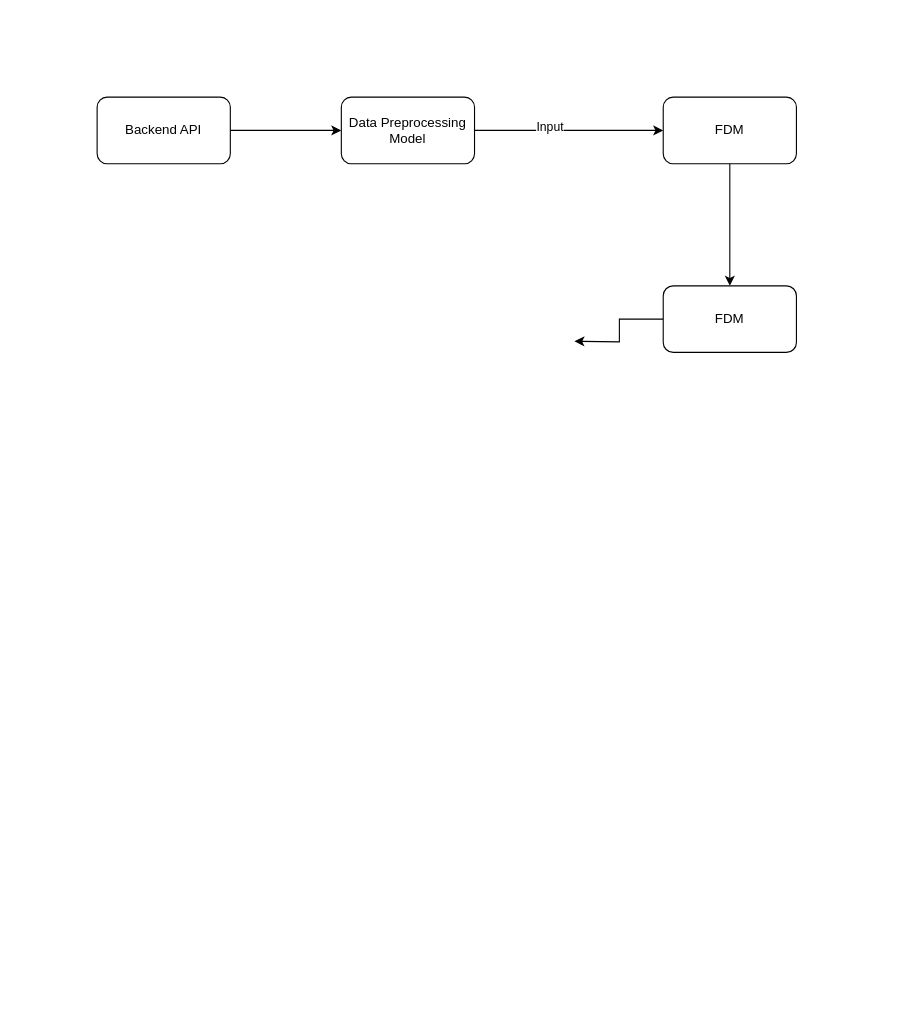
Above: Untitled Diagram.drawio in OTDavid9/Credit_Fraud_Detection (draw.io), before the change. Source tidied: cells renumbered, new cells numbered last; positions are measured from the earlier drawing's top-left corner, leaving out a move shared by most shapes. Both pictures are drawn from the tidied source at 111%, with x=0, y=0 at pixel (97, 97).
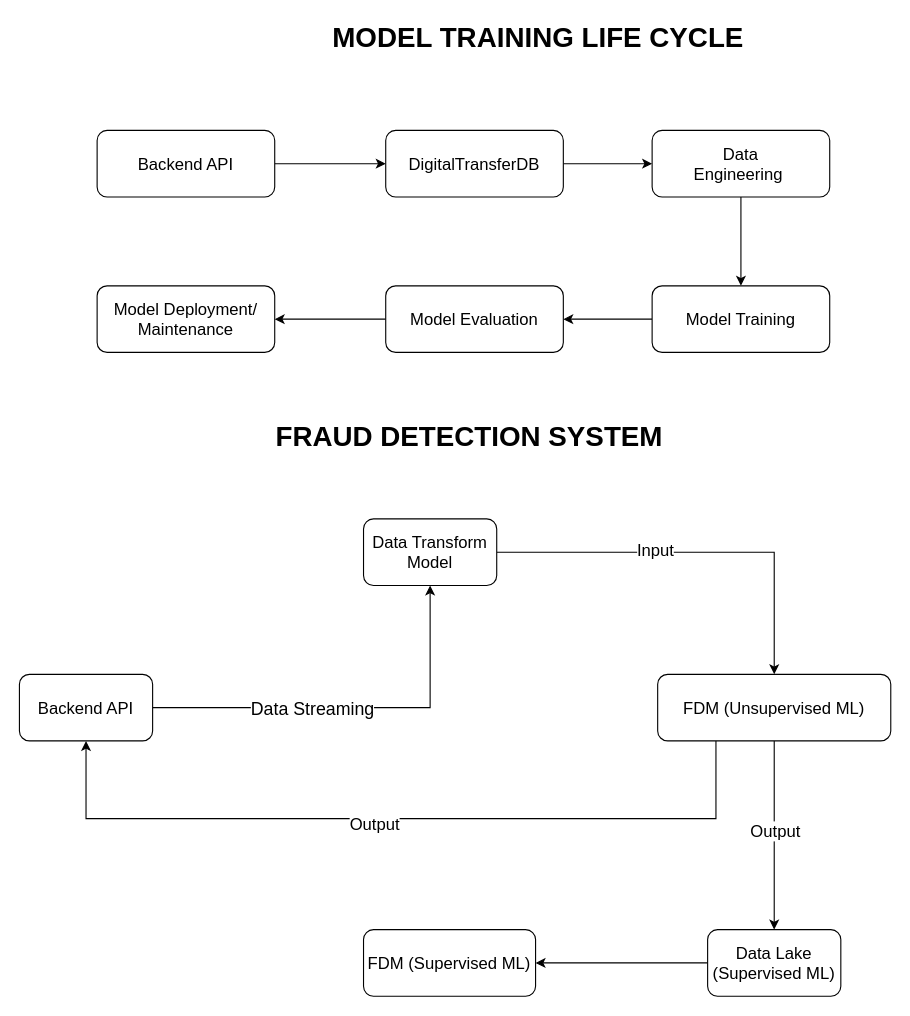
The same page after the edit.

The change refers to these unchanged cells:
```xml
<mxCell id="2" style="edgeStyle=orthogonalEdgeStyle;rounded=0;jettySize=auto;html=1;" parent="1" edge="1" source="3" target="8">
  <mxGeometry relative="1" as="geometry" />
</mxCell>
<mxCell id="4" style="edgeStyle=orthogonalEdgeStyle;rounded=0;jettySize=auto;html=1;" parent="1" edge="1" source="5" target="10">
  <mxGeometry relative="1" as="geometry" />
</mxCell>
<mxCell id="6" style="edgeStyle=orthogonalEdgeStyle;rounded=0;jettySize=auto;html=1;" parent="1" edge="1" source="8" target="5">
  <mxGeometry relative="1" as="geometry" />
</mxCell>
```

What changed in the source:
```diff
@@
+    <mxCell id="11" value="&lt;font style=&quot;font-size: 16px;&quot;&gt;Data Streaming&lt;/font&gt;" style="edgeLabel;html=1;align=center;verticalAlign=middle;" parent="2" vertex="1">
+      <mxGeometry x="-0.28" y="-3" relative="1" as="geometry">
+        <mxPoint x="13" y="-3" as="offset" />
+      </mxGeometry>
+    </mxCell>
-    <mxCell id="3" value="Backend API" style="rounded=1;whiteSpace=wrap;html=1;" parent="1" vertex="1">
-      <mxGeometry width="120" height="60" as="geometry" />
+    <mxCell id="3" value="&lt;font style=&quot;font-size: 15px;&quot;&gt;Backend API&lt;/font&gt;" style="rounded=1;whiteSpace=wrap;html=1;" parent="1" vertex="1">
+      <mxGeometry x="-70" y="520" width="120" height="60" as="geometry" />
     </mxCell>
@@
+    <mxCell id="12" value="&lt;font style=&quot;font-size: 15px;&quot;&gt;Output&lt;/font&gt;" style="edgeLabel;html=1;align=center;verticalAlign=middle;" parent="4" vertex="1">
+      <mxGeometry x="-0.21" y="-1" relative="1" as="geometry">
+        <mxPoint x="1" y="13" as="offset" />
+      </mxGeometry>
+    </mxCell>
+    <mxCell id="13" style="edgeStyle=orthogonalEdgeStyle;rounded=0;jettySize=auto;html=1;exitX=0.25;exitY=1;exitDx=0;exitDy=0;entryX=0.5;entryY=1;entryDx=0;entryDy=0;" parent="1" edge="1" source="5" target="3">
+      <mxGeometry relative="1" as="geometry">
+        <Array as="points">
+          <mxPoint x="558" y="650" />
+          <mxPoint x="-10" y="650" />
+        </Array>
+      </mxGeometry>
+    </mxCell>
+    <mxCell id="14" value="&lt;font style=&quot;font-size: 15px;&quot;&gt;Output&lt;/font&gt;" style="edgeLabel;html=1;align=center;verticalAlign=middle;" parent="13" vertex="1">
+      <mxGeometry x="0.07" y="4" relative="1" as="geometry">
+        <mxPoint x="1" as="offset" />
+      </mxGeometry>
+    </mxCell>
-    <mxCell id="5" value="FDM" style="rounded=1;whiteSpace=wrap;html=1;" parent="1" vertex="1">
-      <mxGeometry x="510" width="120" height="60" as="geometry" />
+    <mxCell id="5" value="&lt;font style=&quot;font-size: 15px;&quot;&gt;FDM (Unsupervised ML)&lt;/font&gt;" style="rounded=1;whiteSpace=wrap;html=1;" parent="1" vertex="1">
+      <mxGeometry x="505" y="520" width="210" height="60" as="geometry" />
     </mxCell>
@@
-    <mxCell id="7" value="Input" style="edgeLabel;html=1;align=center;verticalAlign=middle;" parent="6" vertex="1">
+    <mxCell id="7" value="&lt;font style=&quot;font-size: 15px;&quot;&gt;Input&lt;/font&gt;" style="edgeLabel;html=1;align=center;verticalAlign=middle;fontSize=22;" parent="6" vertex="1">
       <mxGeometry x="-0.21" y="4" relative="1" as="geometry" />
     </mxCell>
-    <mxCell id="8" value="Data Preprocessing&lt;div&gt;Model&lt;/div&gt;" style="rounded=1;whiteSpace=wrap;html=1;" parent="1" vertex="1">
-      <mxGeometry x="220" width="120" height="60" as="geometry" />
+    <mxCell id="8" value="&lt;font style=&quot;font-size: 15px;&quot;&gt;Data Transform&lt;/font&gt;&lt;div style=&quot;font-size: 15px;&quot;&gt;&lt;font style=&quot;font-size: 15px;&quot;&gt;Model&lt;/font&gt;&lt;/div&gt;" style="rounded=1;whiteSpace=wrap;html=1;" parent="1" vertex="1">
+      <mxGeometry x="240" y="380" width="120" height="60" as="geometry" />
     </mxCell>
-    <mxCell id="9" style="edgeStyle=orthogonalEdgeStyle;rounded=0;jettySize=auto;html=1;" parent="1" edge="1" source="10">
-      <mxGeometry relative="1" as="geometry">
-        <mxPoint x="430" y="220" as="targetPoint" />
-      </mxGeometry>
-    </mxCell>
+    <mxCell id="15" style="edgeStyle=orthogonalEdgeStyle;rounded=0;jettySize=auto;html=1;" parent="1" edge="1" source="10" target="16">
+      <mxGeometry relative="1" as="geometry" />
+    </mxCell>
-    <mxCell id="10" value="FDM" style="rounded=1;whiteSpace=wrap;html=1;" parent="1" vertex="1">
-      <mxGeometry x="510" y="170" width="120" height="60" as="geometry" />
+    <mxCell id="10" value="&lt;font style=&quot;font-size: 15px;&quot;&gt;Data Lake (Supervised ML)&lt;/font&gt;" style="rounded=1;whiteSpace=wrap;html=1;" parent="1" vertex="1">
+      <mxGeometry x="550" y="750" width="120" height="60" as="geometry" />
     </mxCell>
+    <mxCell id="16" value="&lt;span style=&quot;font-size: 15px;&quot;&gt;FDM (Supervised ML)&lt;/span&gt;" style="rounded=1;whiteSpace=wrap;html=1;" parent="1" vertex="1">
+      <mxGeometry x="240" y="750" width="155" height="60" as="geometry" />
+    </mxCell>
+    <mxCell id="17" style="edgeStyle=orthogonalEdgeStyle;rounded=0;jettySize=auto;html=1;" parent="1" edge="1" source="18" target="20">
+      <mxGeometry relative="1" as="geometry" />
+    </mxCell>
+    <mxCell id="18" value="&lt;span style=&quot;font-size: 15px;&quot;&gt;Backend API&lt;/span&gt;" style="rounded=1;whiteSpace=wrap;html=1;" parent="1" vertex="1">
+      <mxGeometry y="30" width="160" height="60" as="geometry" />
+    </mxCell>
+    <mxCell id="19" style="edgeStyle=orthogonalEdgeStyle;rounded=0;jettySize=auto;html=1;" parent="1" edge="1" source="20">
+      <mxGeometry relative="1" as="geometry">
+        <mxPoint x="500" y="60" as="targetPoint" />
+      </mxGeometry>
+    </mxCell>
+    <mxCell id="20" value="&lt;span style=&quot;font-size: 15px;&quot;&gt;DigitalTransferDB&lt;/span&gt;" style="rounded=1;whiteSpace=wrap;html=1;" parent="1" vertex="1">
+      <mxGeometry x="260" y="30" width="160" height="60" as="geometry" />
+    </mxCell>
+    <mxCell id="21" value="&lt;font size=&quot;1&quot; style=&quot;&quot;&gt;&lt;b style=&quot;font-size: 25px;&quot;&gt;MODEL TRAINING LIFE CYCLE&lt;/b&gt;&lt;/font&gt;" style="text;html=1;align=center;verticalAlign=middle;whiteSpace=wrap;rounded=0;" parent="1" vertex="1">
+      <mxGeometry x="195" y="-70" width="405" height="30" as="geometry" />
+    </mxCell>
+    <mxCell id="22" style="edgeStyle=orthogonalEdgeStyle;rounded=0;jettySize=auto;html=1;" parent="1" edge="1" source="23" target="25">
+      <mxGeometry relative="1" as="geometry" />
+    </mxCell>
+    <mxCell id="23" value="&lt;span style=&quot;font-size: 15px;&quot;&gt;Data&lt;/span&gt;&lt;div&gt;&lt;span style=&quot;font-size: 15px;&quot;&gt;Engineering&amp;nbsp;&lt;/span&gt;&lt;/div&gt;" style="rounded=1;whiteSpace=wrap;html=1;" parent="1" vertex="1">
+      <mxGeometry x="500" y="30" width="160" height="60" as="geometry" />
+    </mxCell>
+    <mxCell id="24" style="edgeStyle=orthogonalEdgeStyle;rounded=0;jettySize=auto;html=1;" parent="1" edge="1" source="25" target="27">
+      <mxGeometry relative="1" as="geometry" />
+    </mxCell>
+    <mxCell id="25" value="&lt;span style=&quot;font-size: 15px;&quot;&gt;Model Training&lt;/span&gt;" style="rounded=1;whiteSpace=wrap;html=1;" parent="1" vertex="1">
+      <mxGeometry x="500" y="170" width="160" height="60" as="geometry" />
+    </mxCell>
+    <mxCell id="26" style="edgeStyle=orthogonalEdgeStyle;rounded=0;jettySize=auto;html=1;" parent="1" edge="1" source="27" target="28">
+      <mxGeometry relative="1" as="geometry" />
+    </mxCell>
+    <mxCell id="27" value="&lt;font style=&quot;font-size: 15px;&quot;&gt;Model Evaluation&lt;/font&gt;" style="whiteSpace=wrap;html=1;rounded=1;" parent="1" vertex="1">
+      <mxGeometry x="260" y="170" width="160" height="60" as="geometry" />
+    </mxCell>
+    <mxCell id="28" value="&lt;div style=&quot;&quot;&gt;&lt;span style=&quot;font-size: 15px; background-color: initial;&quot;&gt;Model Deployment/&lt;/span&gt;&lt;/div&gt;&lt;div style=&quot;&quot;&gt;&lt;span style=&quot;font-size: 15px; background-color: initial;&quot;&gt;Maintenance&lt;/span&gt;&lt;/div&gt;" style="whiteSpace=wrap;html=1;rounded=1;align=center;" parent="1" vertex="1">
+      <mxGeometry y="170" width="160" height="60" as="geometry" />
+    </mxCell>
+    <mxCell id="29" value="&lt;b style=&quot;&quot;&gt;&lt;font style=&quot;font-size: 25px;&quot;&gt;FRAUD DETECTION SYSTEM&lt;/font&gt;&lt;/b&gt;" style="text;html=1;align=center;verticalAlign=middle;whiteSpace=wrap;rounded=0;" parent="1" vertex="1">
+      <mxGeometry x="113" y="290" width="445" height="30" as="geometry" />
+    </mxCell>
```
